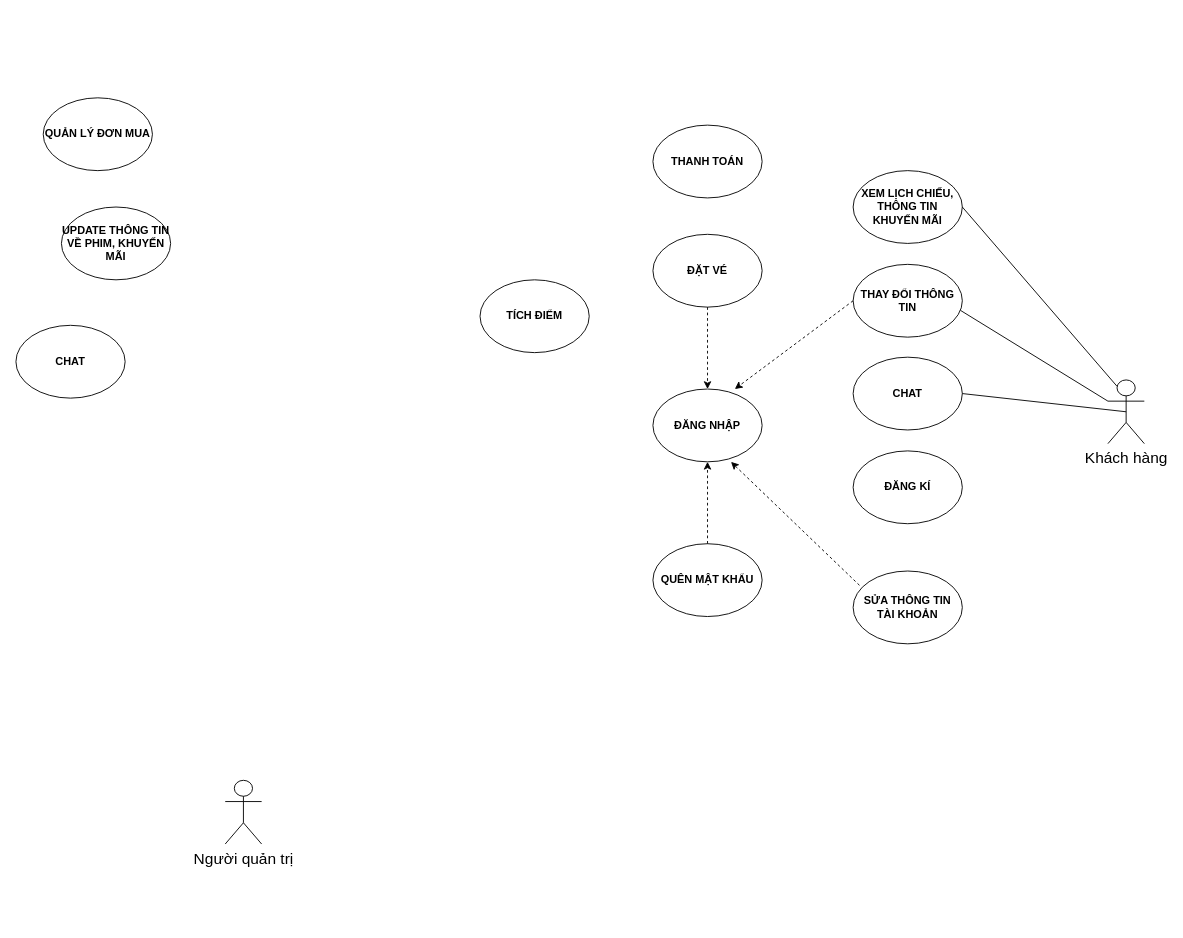
Earlier version of the draw.io diagram Biểu đồ không có tiêu đề.drawio (tuanthanhhh/tuanthanhhh). Source tidied: cells renumbered, new cells numbered last; positions are measured from the earlier drawing's top-left corner, leaving out a move shared by most shapes. Both pictures are drawn from the tidied source at 91%, with x=0, y=0 at pixel (15, 97).
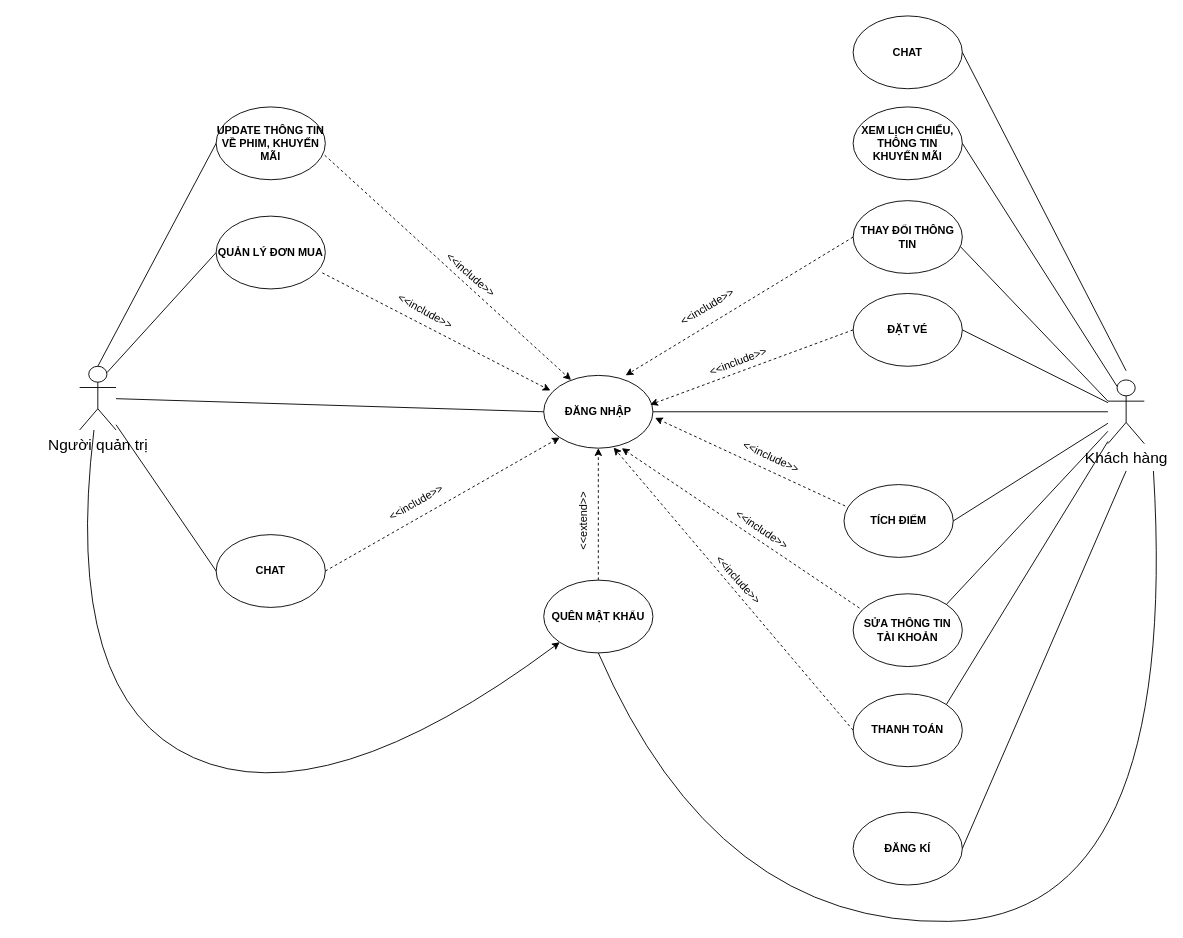
The same diagram, later.

Commit message:
Cập nhật Biểu đồ không có tiêu đề.drawio

The change refers to these unchanged cells:
```xml
<mxCell id="13" value="&lt;font style=&quot;font-size: 17px;&quot;&gt;Khách hàng&lt;/font&gt;" style="shape=umlActor;verticalLabelPosition=bottom;verticalAlign=top;html=1;outlineConnect=0;" parent="1" vertex="1">
  <mxGeometry x="1200" y="310" width="40" height="70" as="geometry" />
</mxCell>
```

What changed in the source:
```diff
@@
     <mxCell id="2" value="&lt;b&gt;ĐẶT VÉ&lt;/b&gt;" style="ellipse;whiteSpace=wrap;html=1;" parent="1" vertex="1">
-      <mxGeometry x="700" y="150" width="120" height="80" as="geometry" />
+      <mxGeometry x="920" y="215" width="120" height="80" as="geometry" />
     </mxCell>
     <mxCell id="3" value="&lt;b&gt;ĐĂNG NHẬP&lt;/b&gt;" style="ellipse;whiteSpace=wrap;html=1;" parent="1" vertex="1">
-      <mxGeometry x="700" y="320" width="120" height="80" as="geometry" />
+      <mxGeometry x="580" y="305" width="120" height="80" as="geometry" />
     </mxCell>
     <mxCell id="4" value="&lt;b&gt;ĐĂNG KÍ&lt;/b&gt;" style="ellipse;whiteSpace=wrap;html=1;" parent="1" vertex="1">
-      <mxGeometry x="920" y="388" width="120" height="80" as="geometry" />
+      <mxGeometry x="920" y="785" width="120" height="80" as="geometry" />
     </mxCell>
-    <mxCell id="5" value="&lt;b&gt;THANH TOÁN&lt;/b&gt;" style="ellipse;whiteSpace=wrap;html=1;" parent="1" vertex="1">
-      <mxGeometry x="700" y="30" width="120" height="80" as="geometry" />
-    </mxCell>
     <mxCell id="6" value="&lt;b&gt;THAY ĐỔI THÔNG TIN&lt;/b&gt;" style="ellipse;whiteSpace=wrap;html=1;" parent="1" vertex="1">
-      <mxGeometry x="920" y="183" width="120" height="80" as="geometry" />
+      <mxGeometry x="920" y="113" width="120" height="80" as="geometry" />
     </mxCell>
     <mxCell id="7" value="&lt;b&gt;XEM LỊCH CHIẾU, THÔNG TIN KHUYẾN MÃI&lt;/b&gt;" style="ellipse;whiteSpace=wrap;html=1;" parent="1" vertex="1">
-      <mxGeometry x="920" y="80" width="120" height="80" as="geometry" />
+      <mxGeometry x="920" y="10" width="120" height="80" as="geometry" />
     </mxCell>
     <mxCell id="8" value="&lt;b&gt;CHAT&lt;/b&gt;" style="ellipse;whiteSpace=wrap;html=1;" parent="1" vertex="1">
-      <mxGeometry x="920" y="285" width="120" height="80" as="geometry" />
+      <mxGeometry x="920" y="-90" width="120" height="80" as="geometry" />
     </mxCell>
     <mxCell id="9" value="&lt;b&gt;TÍCH ĐIỂM&lt;/b&gt;" style="ellipse;whiteSpace=wrap;html=1;" parent="1" vertex="1">
-      <mxGeometry x="510" y="200" width="120" height="80" as="geometry" />
+      <mxGeometry x="910" y="425" width="120" height="80" as="geometry" />
     </mxCell>
     <mxCell id="10" value="&lt;b&gt;QUẢN LÝ ĐƠN MUA&lt;/b&gt;" style="ellipse;whiteSpace=wrap;html=1;" parent="1" vertex="1">
-      <mxGeometry x="30" width="120" height="80" as="geometry" />
+      <mxGeometry x="220" y="130" width="120" height="80" as="geometry" />
     </mxCell>
     <mxCell id="11" value="&lt;b&gt;UPDATE THÔNG TIN VỀ PHIM, KHUYẾN MÃI&lt;/b&gt;" style="ellipse;whiteSpace=wrap;html=1;" parent="1" vertex="1">
-      <mxGeometry x="50" y="120" width="120" height="80" as="geometry" />
+      <mxGeometry x="220" y="10" width="120" height="80" as="geometry" />
     </mxCell>
     <mxCell id="12" value="&lt;b&gt;CHAT&lt;/b&gt;" style="ellipse;whiteSpace=wrap;html=1;" parent="1" vertex="1">
-      <mxGeometry y="250" width="120" height="80" as="geometry" />
+      <mxGeometry x="220" y="480" width="120" height="80" as="geometry" />
     </mxCell>
@@
     <mxCell id="14" value="&lt;span style=&quot;font-size: 17px;&quot;&gt;Người quản trị&lt;/span&gt;" style="shape=umlActor;verticalLabelPosition=bottom;verticalAlign=top;html=1;outlineConnect=0;" parent="1" vertex="1">
-      <mxGeometry x="230" y="750" width="40" height="70" as="geometry" />
+      <mxGeometry x="70" y="295" width="40" height="70" as="geometry" />
     </mxCell>
     <mxCell id="15" value="&lt;b&gt;SỬA THÔNG TIN TÀI KHOẢN&lt;/b&gt;" style="ellipse;whiteSpace=wrap;html=1;" parent="1" vertex="1">
-      <mxGeometry x="920" y="520" width="120" height="80" as="geometry" />
+      <mxGeometry x="920" y="545" width="120" height="80" as="geometry" />
     </mxCell>
     <mxCell id="16" value="&lt;b&gt;QUÊN MẬT KHẨU&lt;/b&gt;" style="ellipse;whiteSpace=wrap;html=1;" parent="1" vertex="1">
-      <mxGeometry x="700" y="490" width="120" height="80" as="geometry" />
+      <mxGeometry x="580" y="530" width="120" height="80" as="geometry" />
     </mxCell>
@@
-    <mxCell id="19" style="endArrow=classic;html=1;rounded=0;dashed=1;entryX=0.5;entryY=0;entryDx=0;entryDy=0;exitX=0.5;exitY=1;exitDx=0;exitDy=0;" parent="1" edge="1" source="2" target="3">
+    <mxCell id="19" style="endArrow=classic;html=1;rounded=0;dashed=1;entryX=0.975;entryY=0.403;entryDx=0;entryDy=0;entryPerimeter=0;exitX=0;exitY=0.5;exitDx=0;exitDy=0;" parent="1" edge="1" source="2" target="3">
       <mxGeometry relative="1" as="geometry" />
     </mxCell>
@@
-    <mxCell id="23" style="endArrow=none;html=1;rounded=0;exitX=1;exitY=0.5;exitDx=0;exitDy=0;entryX=0.5;entryY=0.5;entryDx=0;entryDy=0;entryPerimeter=0;" parent="1" edge="1" source="8" target="13">
-      <mxGeometry relative="1" as="geometry" />
+    <mxCell id="23" style="endArrow=none;html=1;rounded=0;exitX=1;exitY=0.5;exitDx=0;exitDy=0;" parent="1" edge="1" source="8">
+      <mxGeometry relative="1" as="geometry">
+        <mxPoint x="1220" y="300" as="targetPoint" />
+      </mxGeometry>
     </mxCell>
+    <mxCell id="24" style="endArrow=none;html=1;rounded=0;exitX=1;exitY=0.5;exitDx=0;exitDy=0;" parent="1" edge="1" source="4">
+      <mxGeometry relative="1" as="geometry">
+        <mxPoint x="1220" y="410" as="targetPoint" />
+      </mxGeometry>
+    </mxCell>
+    <mxCell id="25" style="endArrow=none;html=1;rounded=0;exitX=1;exitY=0;exitDx=0;exitDy=0;" parent="1" edge="1" source="15" target="13">
+      <mxGeometry relative="1" as="geometry" />
+    </mxCell>
+    <mxCell id="26" style="endArrow=none;html=1;rounded=0;exitX=1;exitY=0.5;exitDx=0;exitDy=0;" parent="1" edge="1" source="9" target="13">
+      <mxGeometry relative="1" as="geometry" />
+    </mxCell>
+    <mxCell id="27" value="&amp;lt;&amp;lt;include&amp;gt;&amp;gt;" style="text;html=1;strokeColor=none;fillColor=none;align=center;verticalAlign=middle;whiteSpace=wrap;rounded=0;rotation=339;" parent="1" vertex="1">
+      <mxGeometry x="764" y="275" width="60" height="30" as="geometry" />
+    </mxCell>
+    <mxCell id="28" value="&amp;lt;&amp;lt;extend&amp;gt;&amp;gt;" style="text;html=1;strokeColor=none;fillColor=none;align=center;verticalAlign=middle;whiteSpace=wrap;rounded=0;rotation=-90;" parent="1" vertex="1">
+      <mxGeometry x="594" y="450" width="60" height="30" as="geometry" />
+    </mxCell>
+    <mxCell id="29" value="&amp;lt;&amp;lt;include&amp;gt;&amp;gt;" style="text;html=1;strokeColor=none;fillColor=none;align=center;verticalAlign=middle;whiteSpace=wrap;rounded=0;rotation=329;" parent="1" vertex="1">
+      <mxGeometry x="730" y="215" width="60" height="30" as="geometry" />
+    </mxCell>
+    <mxCell id="30" value="&amp;lt;&amp;lt;include&amp;gt;&amp;gt;" style="text;html=1;strokeColor=none;fillColor=none;align=center;verticalAlign=middle;whiteSpace=wrap;rounded=0;rotation=34;" parent="1" vertex="1">
+      <mxGeometry x="790" y="460" width="60" height="30" as="geometry" />
+    </mxCell>
+    <mxCell id="31" style="endArrow=classic;html=1;rounded=0;entryX=1.02;entryY=0.584;entryDx=0;entryDy=0;entryPerimeter=0;exitX=0.011;exitY=0.294;exitDx=0;exitDy=0;exitPerimeter=0;dashed=1;" parent="1" edge="1" source="9" target="3">
+      <mxGeometry relative="1" as="geometry" />
+    </mxCell>
+    <mxCell id="32" value="&amp;lt;&amp;lt;include&amp;gt;&amp;gt;" style="text;html=1;strokeColor=none;fillColor=none;align=center;verticalAlign=middle;whiteSpace=wrap;rounded=0;rotation=25;" parent="1" vertex="1">
+      <mxGeometry x="800" y="380" width="60" height="30" as="geometry" />
+    </mxCell>
+    <mxCell id="33" style="endArrow=none;html=1;rounded=0;exitX=1;exitY=0.5;exitDx=0;exitDy=0;" parent="1" edge="1" source="2" target="13">
+      <mxGeometry relative="1" as="geometry" />
+    </mxCell>
+    <mxCell id="5" value="&lt;b&gt;THANH TOÁN&lt;/b&gt;" style="ellipse;whiteSpace=wrap;html=1;" parent="1" vertex="1">
+      <mxGeometry x="920" y="655" width="120" height="80" as="geometry" />
+    </mxCell>
+    <mxCell id="34" style="endArrow=none;html=1;rounded=0;exitX=1;exitY=0;exitDx=0;exitDy=0;" parent="1" edge="1" source="5" target="13">
+      <mxGeometry relative="1" as="geometry" />
+    </mxCell>
+    <mxCell id="35" style="endArrow=classic;html=1;rounded=0;entryX=0.64;entryY=0.991;entryDx=0;entryDy=0;entryPerimeter=0;exitX=0;exitY=0.5;exitDx=0;exitDy=0;dashed=1;" parent="1" edge="1" source="5" target="3">
+      <mxGeometry relative="1" as="geometry" />
+    </mxCell>
+    <mxCell id="36" value="&amp;lt;&amp;lt;include&amp;gt;&amp;gt;" style="text;html=1;strokeColor=none;fillColor=none;align=center;verticalAlign=middle;whiteSpace=wrap;rounded=0;rotation=48;" parent="1" vertex="1">
+      <mxGeometry x="764" y="515" width="60" height="30" as="geometry" />
+    </mxCell>
+    <mxCell id="37" style="endArrow=none;html=1;rounded=0;exitX=1;exitY=0.5;exitDx=0;exitDy=0;" parent="1" edge="1" source="3" target="13">
+      <mxGeometry relative="1" as="geometry" />
+    </mxCell>
+    <mxCell id="38" style="endArrow=none;html=1;rounded=0;entryX=0;entryY=0.5;entryDx=0;entryDy=0;" parent="1" edge="1" source="14" target="3">
+      <mxGeometry relative="1" as="geometry" />
+    </mxCell>
+    <mxCell id="39" style="endArrow=none;html=1;rounded=0;entryX=0;entryY=0.5;entryDx=0;entryDy=0;exitX=0.75;exitY=0.1;exitDx=0;exitDy=0;exitPerimeter=0;" parent="1" edge="1" source="14" target="10">
+      <mxGeometry relative="1" as="geometry" />
+    </mxCell>
+    <mxCell id="40" style="endArrow=none;html=1;rounded=0;entryX=0;entryY=0.5;entryDx=0;entryDy=0;exitX=0.5;exitY=0;exitDx=0;exitDy=0;exitPerimeter=0;" parent="1" edge="1" source="14" target="11">
+      <mxGeometry relative="1" as="geometry" />
+    </mxCell>
+    <mxCell id="41" style="endArrow=none;html=1;rounded=0;entryX=0;entryY=0.5;entryDx=0;entryDy=0;" parent="1" edge="1" source="14" target="12">
+      <mxGeometry relative="1" as="geometry" />
+    </mxCell>
+    <mxCell id="42" style="endArrow=classic;html=1;rounded=0;dashed=1;exitX=0.994;exitY=0.663;exitDx=0;exitDy=0;exitPerimeter=0;entryX=0.25;entryY=0.063;entryDx=0;entryDy=0;entryPerimeter=0;" parent="1" edge="1" source="11" target="3">
+      <mxGeometry relative="1" as="geometry" />
+    </mxCell>
+    <mxCell id="43" style="endArrow=classic;html=1;rounded=0;exitX=0.972;exitY=0.779;exitDx=0;exitDy=0;exitPerimeter=0;entryX=0.061;entryY=0.208;entryDx=0;entryDy=0;entryPerimeter=0;dashed=1;" parent="1" edge="1" source="10" target="3">
+      <mxGeometry relative="1" as="geometry" />
+    </mxCell>
+    <mxCell id="44" style="endArrow=classic;html=1;rounded=0;exitX=1;exitY=0.5;exitDx=0;exitDy=0;entryX=0;entryY=1;entryDx=0;entryDy=0;dashed=1;" parent="1" edge="1" source="12" target="3">
+      <mxGeometry relative="1" as="geometry" />
+    </mxCell>
+    <mxCell id="45" value="&amp;lt;&amp;lt;include&amp;gt;&amp;gt;" style="text;html=1;strokeColor=none;fillColor=none;align=center;verticalAlign=middle;whiteSpace=wrap;rounded=0;rotation=41;" parent="1" vertex="1">
+      <mxGeometry x="470" y="180" width="60" height="30" as="geometry" />
+    </mxCell>
+    <mxCell id="46" value="&amp;lt;&amp;lt;include&amp;gt;&amp;gt;" style="text;html=1;strokeColor=none;fillColor=none;align=center;verticalAlign=middle;whiteSpace=wrap;rounded=0;rotation=29;" parent="1" vertex="1">
+      <mxGeometry x="420" y="220" width="60" height="30" as="geometry" />
+    </mxCell>
+    <mxCell id="47" value="&amp;lt;&amp;lt;include&amp;gt;&amp;gt;" style="text;html=1;strokeColor=none;fillColor=none;align=center;verticalAlign=middle;whiteSpace=wrap;rounded=0;rotation=-30;" parent="1" vertex="1">
+      <mxGeometry x="410" y="430" width="60" height="30" as="geometry" />
+    </mxCell>
+    <mxCell id="48" style="curved=1;endArrow=none;html=1;rounded=0;entryX=0.5;entryY=1;entryDx=0;entryDy=0;endFill=0;" parent="1" edge="1" target="16">
+      <mxGeometry relative="1" as="geometry">
+        <mxPoint x="1250" y="410" as="sourcePoint" />
+        <Array as="points">
+          <mxPoint x="1280" y="900" />
+          <mxPoint x="770" y="910" />
+        </Array>
+      </mxGeometry>
+    </mxCell>
+    <mxCell id="49" style="curved=1;endArrow=classic;html=1;rounded=0;entryX=0;entryY=1;entryDx=0;entryDy=0;" parent="1" edge="1" source="14" target="16">
+      <mxGeometry relative="1" as="geometry">
+        <Array as="points">
+          <mxPoint x="50" y="660" />
+          <mxPoint x="340" y="790" />
+        </Array>
+      </mxGeometry>
+    </mxCell>
```
